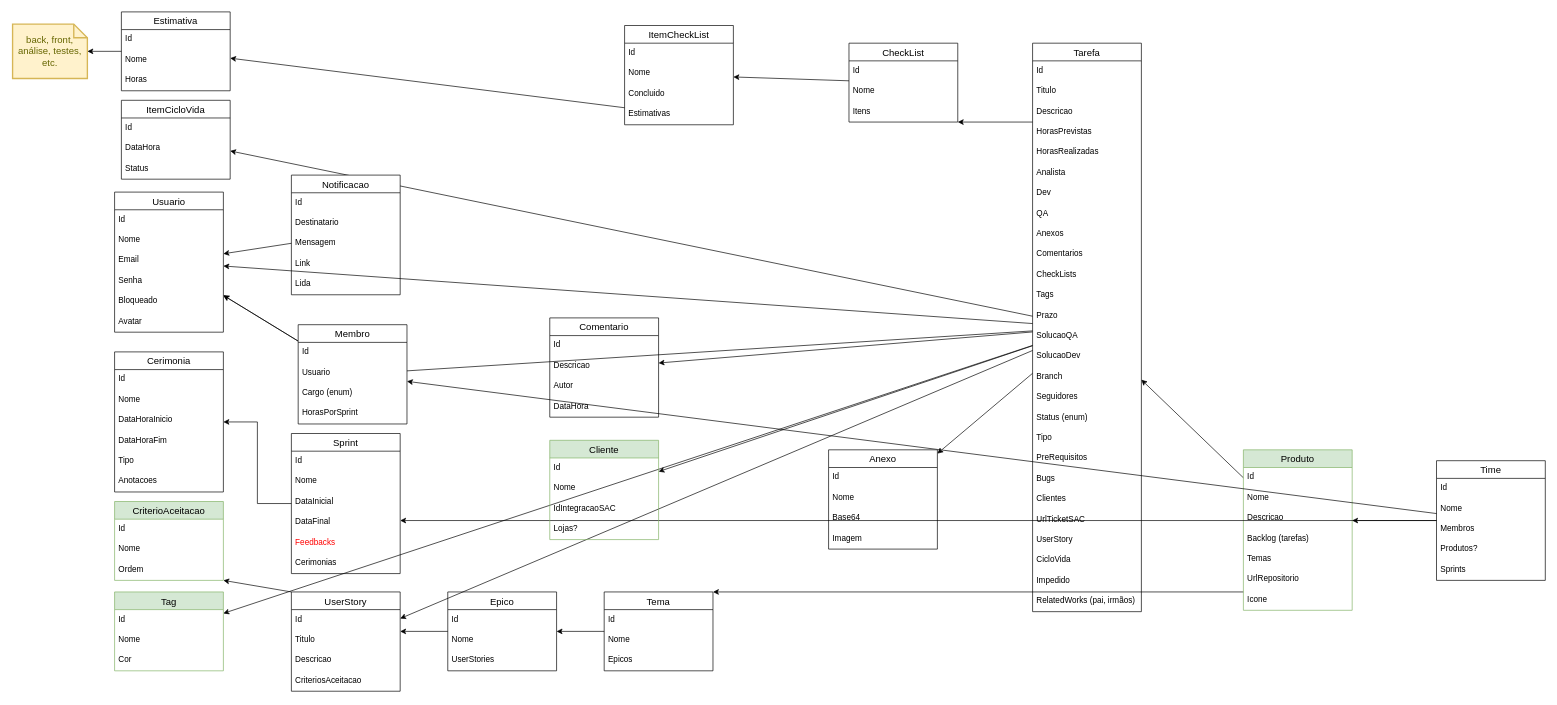
Earlier version of the draw.io diagram page "ordem" (2 of 2) of Agilis-Back/docs/Untitled Diagram.drawio (ddsdaniel/Agilis). Source tidied: cells renumbered, new cells numbered last; positions are measured from the earlier drawing's top-left corner, leaving out a move shared by most shapes. Both pictures are drawn from the tidied source at 68%, with x=0, y=0 at pixel (12, 12).
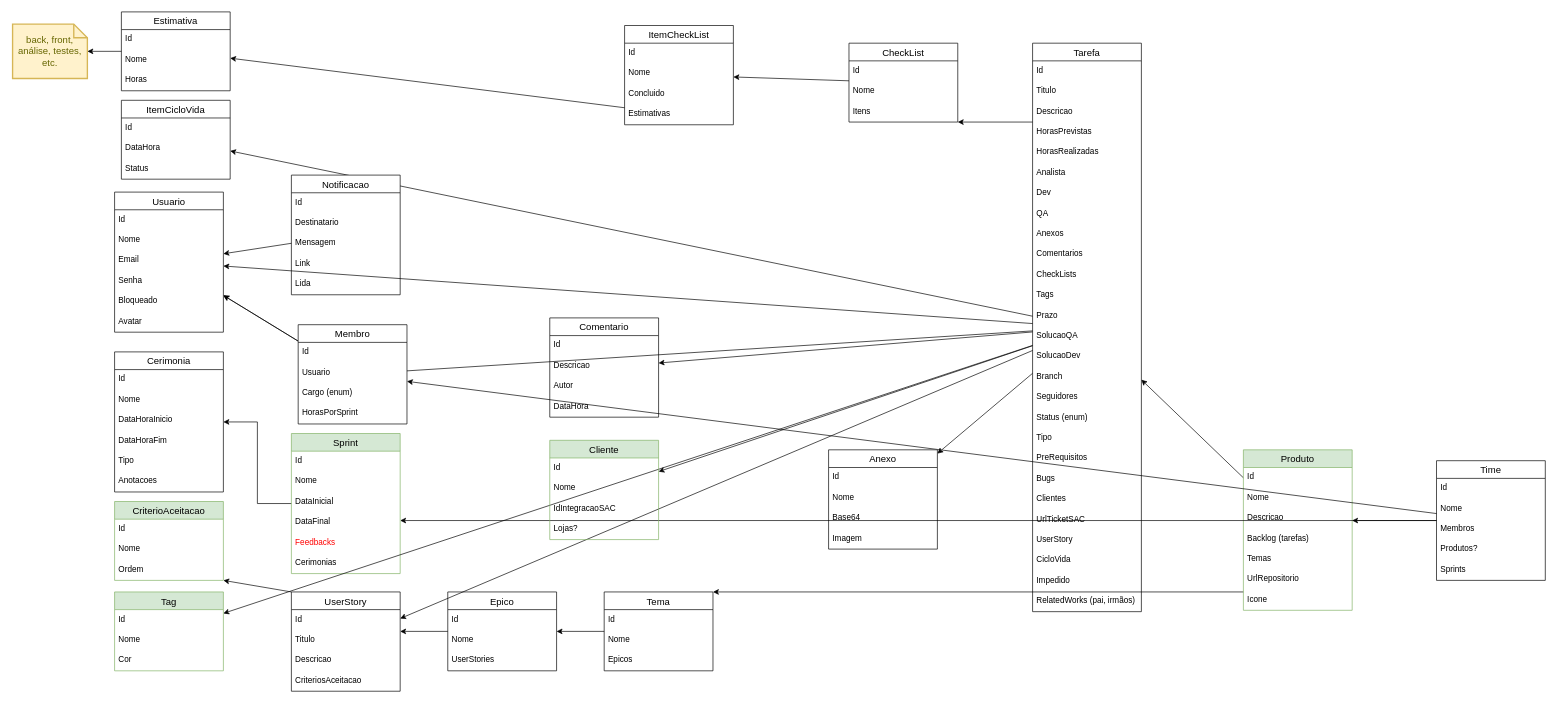
The same page after the edit.

The edit, as a diff of the source:
```diff
@@
-    <mxCell id="3" value="Sprint" style="swimlane;fontStyle=0;horizontal=1;startSize=26;align=center;fontSize=14;" parent="1" vertex="1">
+    <mxCell id="3" value="Sprint" style="swimlane;fontStyle=0;horizontal=1;startSize=26;align=center;fontSize=14;fillColor=#d5e8d4;strokeColor=#82b366;" parent="1" vertex="1">
       <mxGeometry x="410" y="620" width="160" height="206" as="geometry" />
     </mxCell>
```
